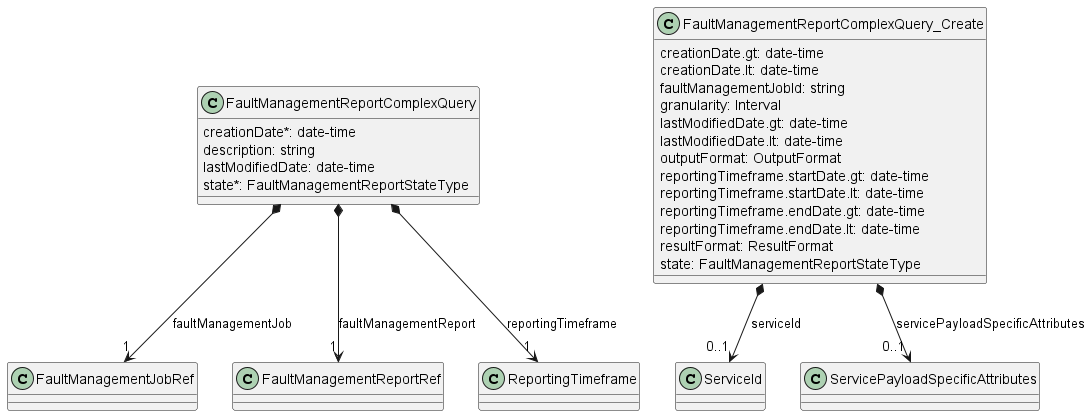
This is documentation/serviceApi/fm/media/faultManagementReportComplexQueryModel.png from MEF-GIT/MEF-LSO-Legato-SDK, a PlantUML export, as it was before one commit.
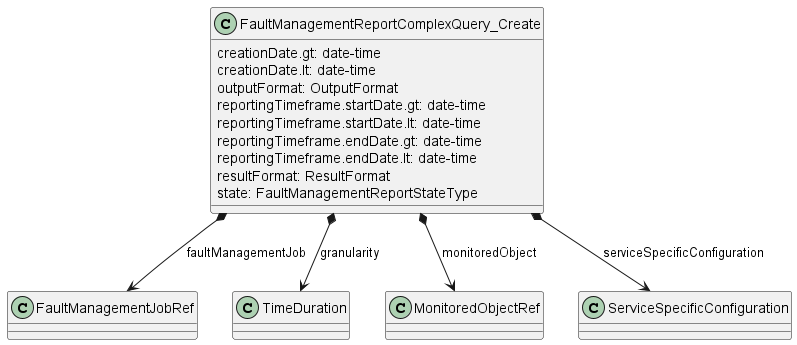
Above is the later version.

What changed in the source:
```diff
@@ -1,27 +1,9 @@
 @startuml faultManagementReportComplexQueryModel
-
-class FaultManagementReportComplexQuery {
-
-    creationDate*: date-time
-    description: string
-    lastModifiedDate: date-time
-    state*: FaultManagementReportStateType
-}
-
-FaultManagementReportComplexQuery *-->"1" FaultManagementJobRef : faultManagementJob
-FaultManagementReportComplexQuery *-->"1" FaultManagementReportRef : faultManagementReport
-FaultManagementReportComplexQuery *-->"1" ReportingTimeframe : reportingTimeframe
-
-
 
 class FaultManagementReportComplexQuery_Create {
 
     creationDate.gt: date-time
     creationDate.lt: date-time
-    faultManagementJobId: string
-    granularity: Interval
-    lastModifiedDate.gt: date-time
-    lastModifiedDate.lt: date-time
     outputFormat: OutputFormat
     reportingTimeframe.startDate.gt: date-time
     reportingTimeframe.startDate.lt: date-time
@@ -31,7 +13,10 @@
     state: FaultManagementReportStateType
 }
 
-FaultManagementReportComplexQuery_Create *-->"0..1" ServiceId : serviceId
-FaultManagementReportComplexQuery_Create *-->"0..1" ServicePayloadSpecificAttributes : servicePayloadSpecificAttributes
+FaultManagementReportComplexQuery_Create *--> FaultManagementJobRef : faultManagementJob
+FaultManagementReportComplexQuery_Create *--> TimeDuration : granularity
+FaultManagementReportComplexQuery_Create *--> MonitoredObjectRef : monitoredObject
+FaultManagementReportComplexQuery_Create *--> ServiceSpecificConfiguration : serviceSpecificConfiguration
+
 
 @enduml
```
